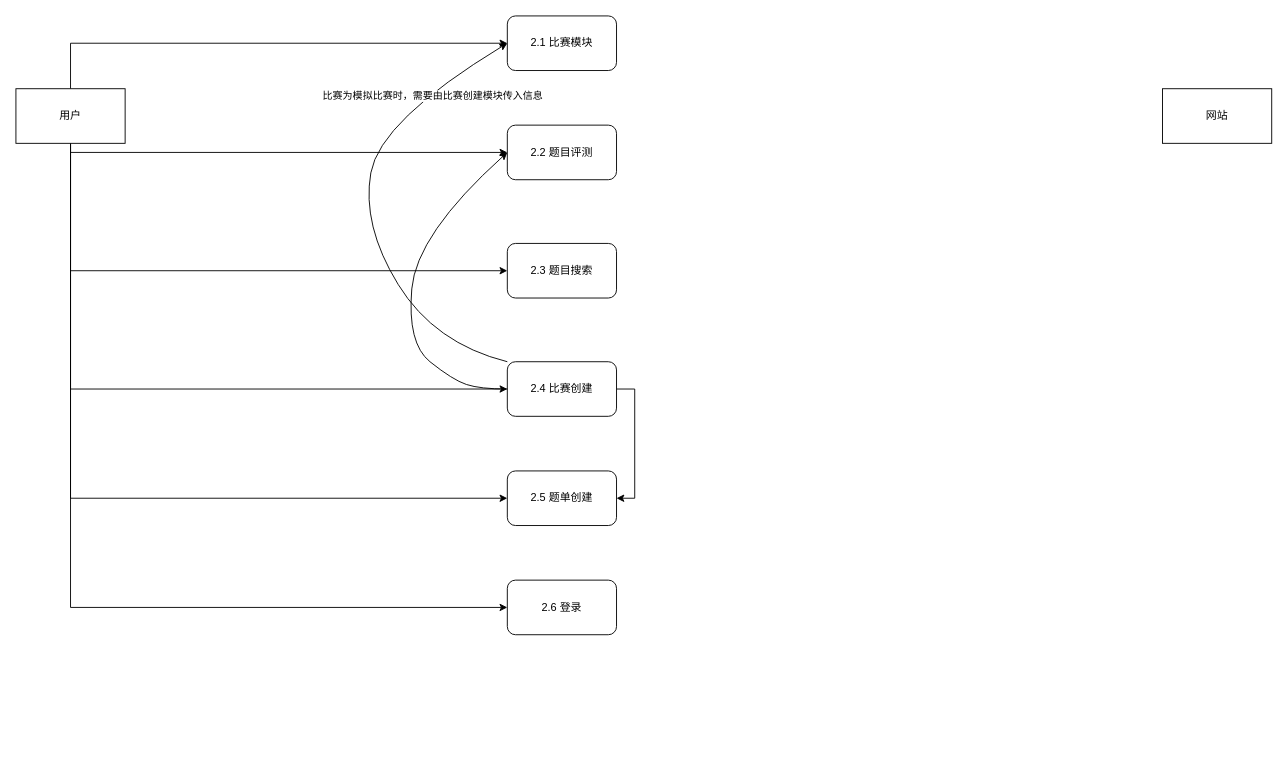
This is 分析文档/第二层.drawio from 12MegaA21/CodeCode, a draw.io file, before an edit. Source tidied: cells renumbered, new cells numbered last; positions are measured from the earlier drawing's top-left corner, leaving out a move shared by most shapes. Both pictures are drawn from the tidied source at 91%, with x=0, y=0 at pixel (15, 15).
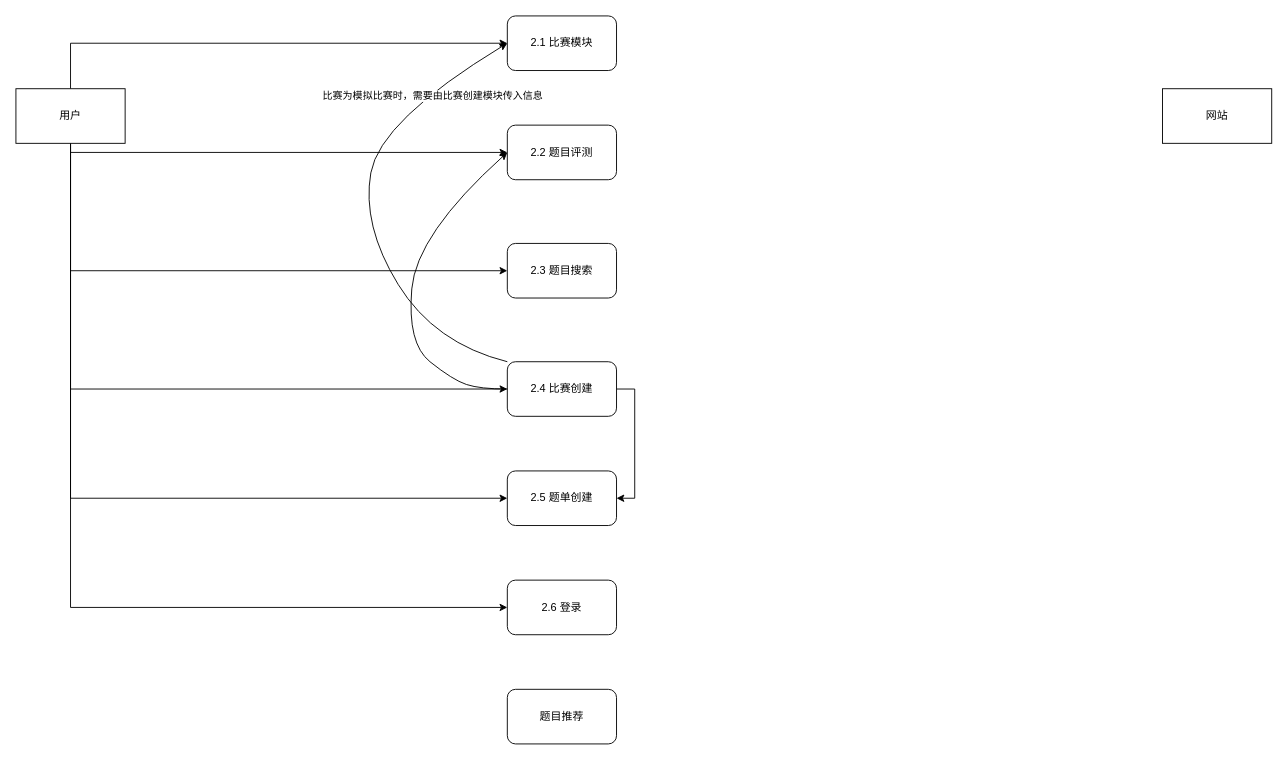
The same diagram, later.

Commit message (it also covers changes not shown here):
更新第二层.drawio

Diff of the diagram source:
```diff
@@
+    <mxCell id="20" value="题目推荐" style="rounded=1;whiteSpace=wrap;html=1;" parent="1" vertex="1">
+      <mxGeometry x="540" y="740" width="120" height="60" as="geometry" />
+    </mxCell>
```
